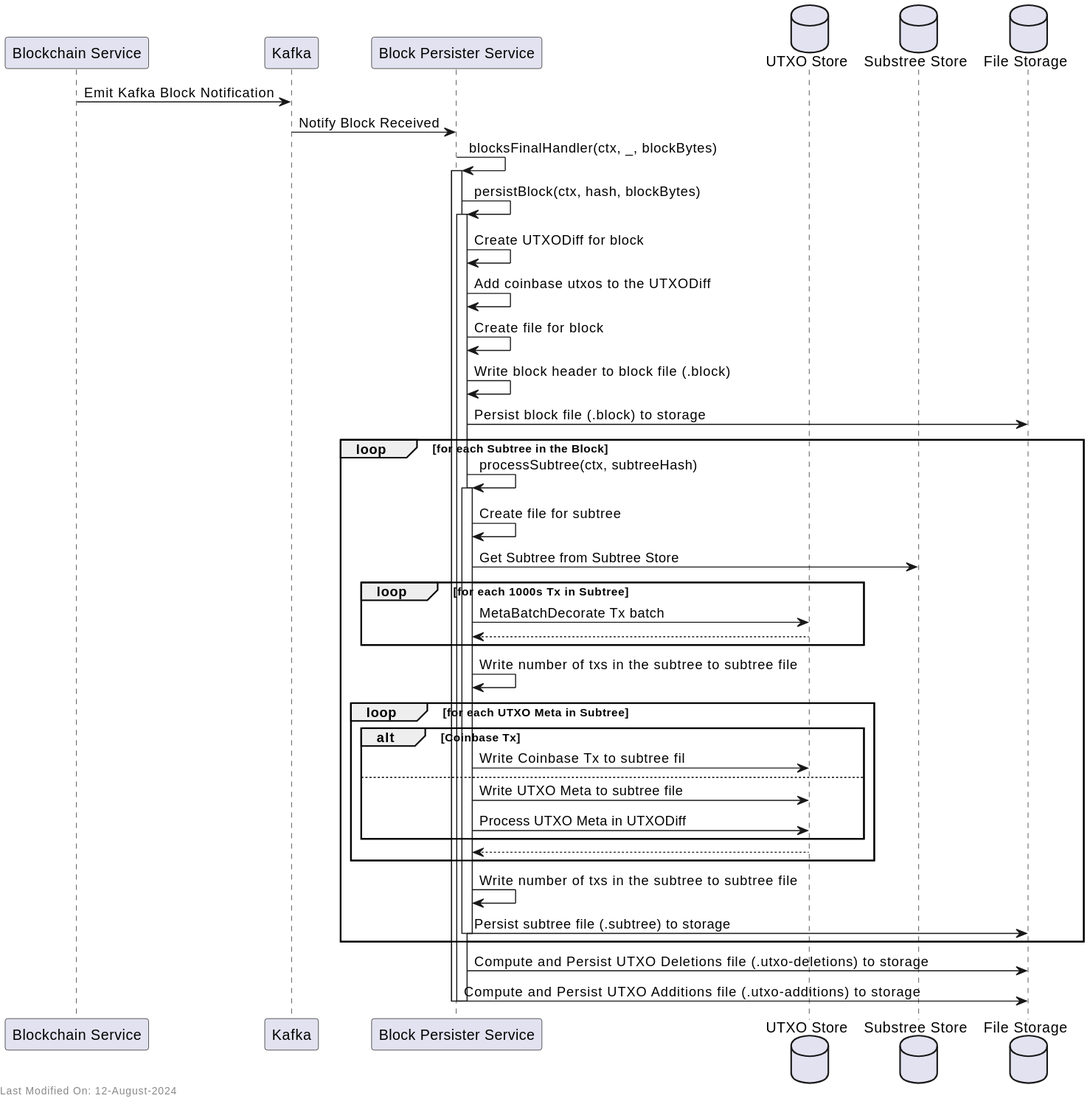
Above: docs/topics/services/img/plantuml/blockpersister/block_persister_receive_new_blocks_subtrees.svg in freemans13/teranode (PlantUML), before the change. The source it was exported from:
```plantuml
@startuml
participant "Blockchain Service" as Blockchain
participant "Kafka" as Kafka
participant "Block Persister Service" as BlockPersister
database "UTXO Store" as TMS
database "Substree Store" as SubtreeStore
database "File Storage" as FileStorage

Blockchain -> Kafka: Emit Kafka Block Notification
Kafka -> BlockPersister: Notify Block Received
BlockPersister -> BlockPersister: blocksFinalHandler(ctx, _, blockBytes)
activate BlockPersister
BlockPersister -> BlockPersister: persistBlock(ctx, hash, blockBytes)
activate BlockPersister
BlockPersister -> BlockPersister: Create UTXODiff for block
BlockPersister -> BlockPersister: Add coinbase utxos to the UTXODiff


BlockPersister -> BlockPersister: Create file for block
BlockPersister -> BlockPersister: Write block header to block file (.block)
BlockPersister -> FileStorage: Persist block file (.block) to storage

loop for each Subtree in the Block
    BlockPersister -> BlockPersister: processSubtree(ctx, subtreeHash)
    activate BlockPersister
    BlockPersister -> BlockPersister: Create file for subtree
    BlockPersister -> SubtreeStore: Get Subtree from Subtree Store
    loop for each 1000s Tx in Subtree
        BlockPersister -> TMS : MetaBatchDecorate Tx batch
        TMS --> BlockPersister
    end

    BlockPersister -> BlockPersister: Write number of txs in the subtree to subtree file
    loop for each UTXO Meta in Subtree
        alt Coinbase Tx
           BlockPersister -> TMS: Write Coinbase Tx to subtree fil
        else
            BlockPersister -> TMS: Write UTXO Meta to subtree file
            BlockPersister -> TMS: Process UTXO Meta in UTXODiff
        end

        TMS --> BlockPersister
    end

    BlockPersister -> BlockPersister: Write number of txs in the subtree to subtree file

    BlockPersister -> FileStorage: Persist subtree file (.subtree) to storage

    deactivate BlockPersister
end

BlockPersister -> FileStorage: Compute and Persist UTXO Deletions file  (.utxo-deletions) to storage

BlockPersister -> FileStorage: Compute and Persist UTXO Additions file  (.utxo-additions) to storage



deactivate BlockPersister
deactivate BlockPersister


left footer Last Modified On: 12-August-2024
@enduml
```
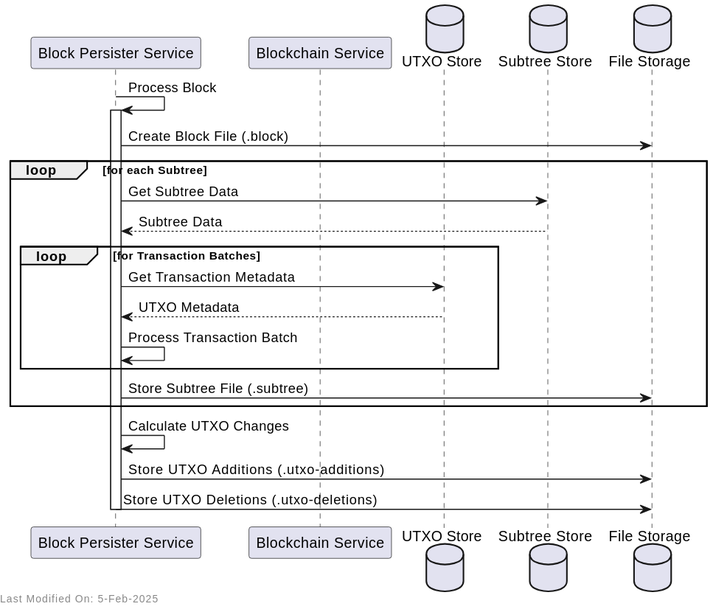
After the commit.

Commit message:
Review changes in BlockPersister #1885

Change to the diagram source:
```diff
@@ -1,63 +1,34 @@
 @startuml
+participant "Block Persister Service" as BlockPersister
 participant "Blockchain Service" as Blockchain
-participant "Kafka" as Kafka
-participant "Block Persister Service" as BlockPersister
 database "UTXO Store" as TMS
-database "Substree Store" as SubtreeStore
+database "Subtree Store" as SubtreeStore
 database "File Storage" as FileStorage
 
-Blockchain -> Kafka: Emit Kafka Block Notification
-Kafka -> BlockPersister: Notify Block Received
-BlockPersister -> BlockPersister: blocksFinalHandler(ctx, _, blockBytes)
+BlockPersister -> BlockPersister: Process Block
 activate BlockPersister
-BlockPersister -> BlockPersister: persistBlock(ctx, hash, blockBytes)
-activate BlockPersister
-BlockPersister -> BlockPersister: Create UTXODiff for block
-BlockPersister -> BlockPersister: Add coinbase utxos to the UTXODiff
 
+BlockPersister -> FileStorage: Create Block File (.block)
 
-BlockPersister -> BlockPersister: Create file for block
-BlockPersister -> BlockPersister: Write block header to block file (.block)
-BlockPersister -> FileStorage: Persist block file (.block) to storage
+loop for each Subtree
+    BlockPersister -> SubtreeStore: Get Subtree Data
+    SubtreeStore --> BlockPersister: Subtree Data
 
-loop for each Subtree in the Block
-    BlockPersister -> BlockPersister: processSubtree(ctx, subtreeHash)
-    activate BlockPersister
-    BlockPersister -> BlockPersister: Create file for subtree
-    BlockPersister -> SubtreeStore: Get Subtree from Subtree Store
-    loop for each 1000s Tx in Subtree
-        BlockPersister -> TMS : MetaBatchDecorate Tx batch
-        TMS --> BlockPersister
+    loop for Transaction Batches
+        BlockPersister -> TMS: Get Transaction Metadata
+        TMS --> BlockPersister: UTXO Metadata
+
+        BlockPersister -> BlockPersister: Process Transaction Batch
     end
 
-    BlockPersister -> BlockPersister: Write number of txs in the subtree to subtree file
-    loop for each UTXO Meta in Subtree
-        alt Coinbase Tx
-           BlockPersister -> TMS: Write Coinbase Tx to subtree fil
-        else
-            BlockPersister -> TMS: Write UTXO Meta to subtree file
-            BlockPersister -> TMS: Process UTXO Meta in UTXODiff
-        end
-
-        TMS --> BlockPersister
-    end
-
-    BlockPersister -> BlockPersister: Write number of txs in the subtree to subtree file
-
-    BlockPersister -> FileStorage: Persist subtree file (.subtree) to storage
-
-    deactivate BlockPersister
+    BlockPersister -> FileStorage: Store Subtree File (.subtree)
 end
 
-BlockPersister -> FileStorage: Compute and Persist UTXO Deletions file  (.utxo-deletions) to storage
-
-BlockPersister -> FileStorage: Compute and Persist UTXO Additions file  (.utxo-additions) to storage
-
-
+BlockPersister -> BlockPersister: Calculate UTXO Changes
+BlockPersister -> FileStorage: Store UTXO Additions (.utxo-additions)
+BlockPersister -> FileStorage: Store UTXO Deletions (.utxo-deletions)
 
 deactivate BlockPersister
-deactivate BlockPersister
 
-
-left footer Last Modified On: 12-August-2024
+left footer Last Modified On: %date("dd-MMM-yyyy")
 @enduml
```
